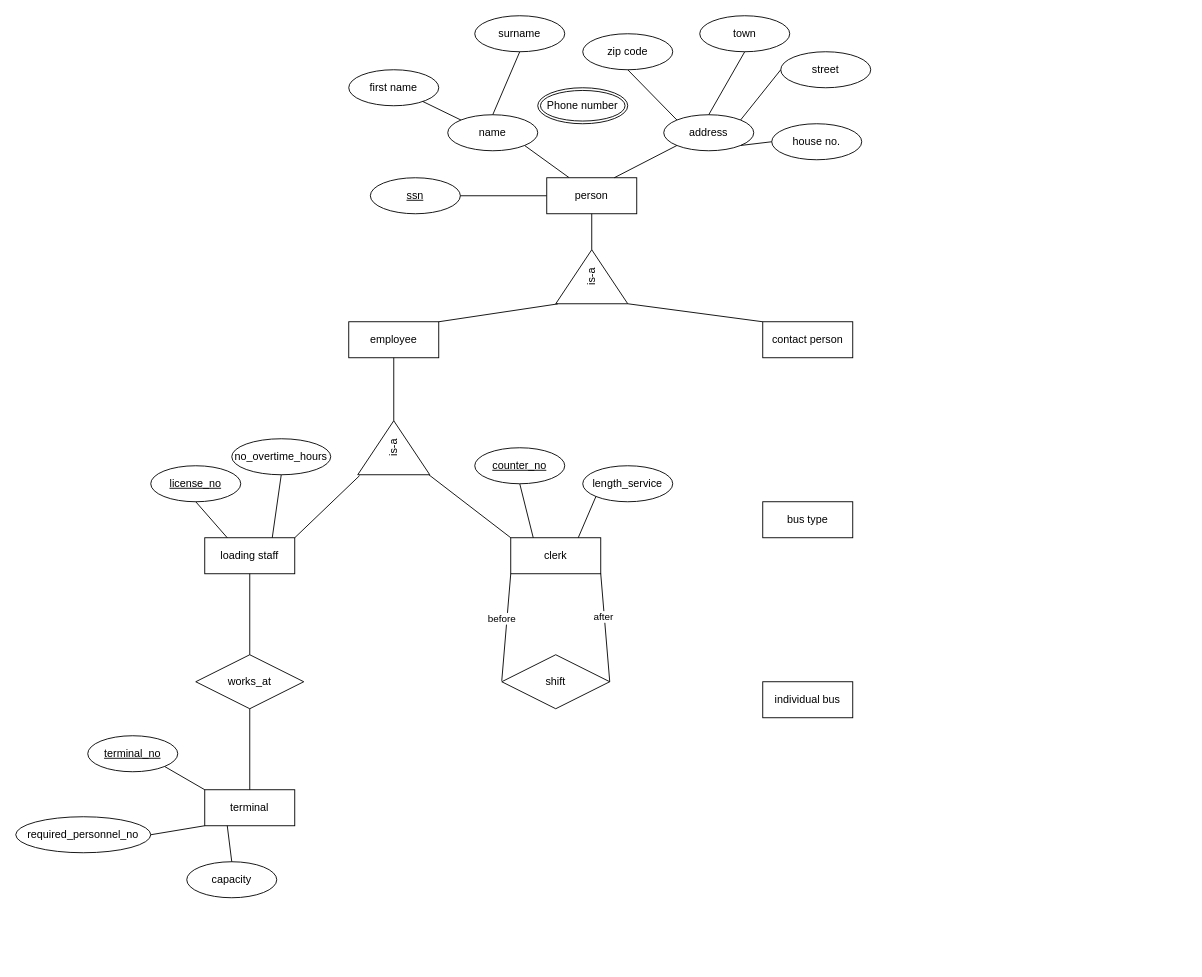
Above: ERM project_group 5.drawio in Martinaeht/DBS-Projektgruppe-5_ERM (draw.io), before the change. Source tidied: cells renumbered, new cells numbered last; positions are measured from the earlier drawing's top-left corner, leaving out a move shared by most shapes. Both pictures are drawn from the tidied source at 90%, with x=0, y=0 at pixel (15, 15).
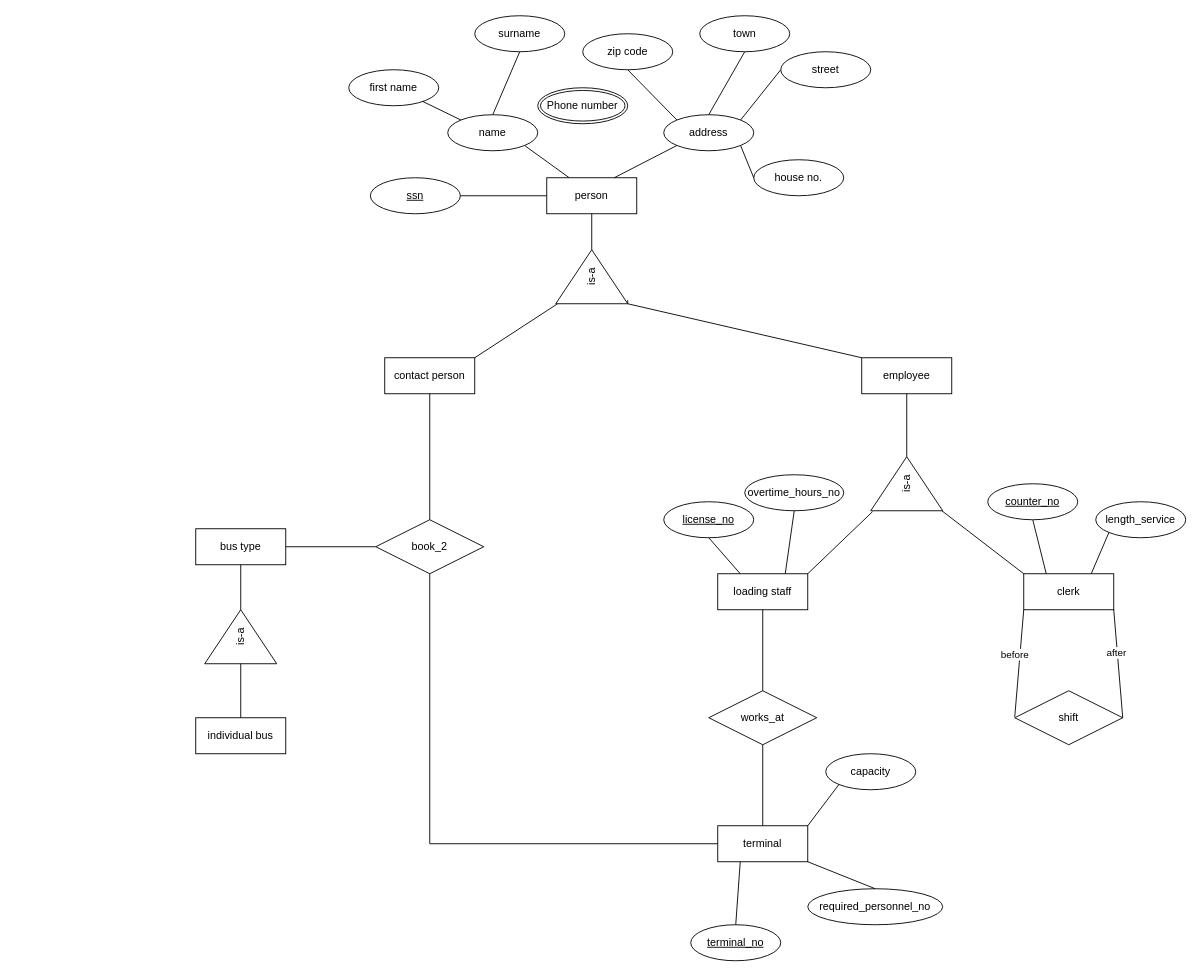
The same diagram, later.

The change refers to these unchanged cells:
```xml
<mxCell id="25" value="is-a" style="triangle;whiteSpace=wrap;html=1;rotation=-90;" parent="1" vertex="1">
  <mxGeometry x="610" y="250" width="60" height="80" as="geometry" />
</mxCell>
```

Diff of the diagram source:
```diff
@@
     <mxCell id="15" value="house no." style="ellipse;whiteSpace=wrap;html=1;align=center;" parent="1" vertex="1">
-      <mxGeometry x="840" y="120" width="100" height="40" as="geometry" />
+      <mxGeometry x="820" y="160" width="100" height="40" as="geometry" />
     </mxCell>
@@
     <mxCell id="18" value="contact person" style="whiteSpace=wrap;html=1;align=center;" parent="1" vertex="1">
-      <mxGeometry x="830" y="340" width="100" height="40" as="geometry" />
+      <mxGeometry x="410" y="380" width="100" height="40" as="geometry" />
     </mxCell>
     <mxCell id="19" value="employee" style="whiteSpace=wrap;html=1;align=center;" parent="1" vertex="1">
-      <mxGeometry x="370" y="340" width="100" height="40" as="geometry" />
+      <mxGeometry x="940" y="380" width="100" height="40" as="geometry" />
     </mxCell>
@@
     <mxCell id="23" value="bus type" style="whiteSpace=wrap;html=1;align=center;" parent="1" vertex="1">
-      <mxGeometry x="830" y="540" width="100" height="40" as="geometry" />
+      <mxGeometry x="200" y="570" width="100" height="40" as="geometry" />
     </mxCell>
     <mxCell id="24" value="individual bus" style="whiteSpace=wrap;html=1;align=center;" parent="1" vertex="1">
-      <mxGeometry x="830" y="740" width="100" height="40" as="geometry" />
+      <mxGeometry x="200" y="780" width="100" height="40" as="geometry" />
     </mxCell>
@@
     <mxCell id="27" value="is-a" style="triangle;whiteSpace=wrap;html=1;rotation=-90;" parent="1" vertex="1">
-      <mxGeometry x="390" y="440" width="60" height="80" as="geometry" />
+      <mxGeometry x="960" y="480" width="60" height="80" as="geometry" />
     </mxCell>
     <mxCell id="28" value="loading staff" style="whiteSpace=wrap;html=1;align=center;" parent="1" vertex="1">
-      <mxGeometry x="210" y="580" width="100" height="40" as="geometry" />
+      <mxGeometry x="780" y="620" width="100" height="40" as="geometry" />
     </mxCell>
     <mxCell id="29" value="clerk" style="whiteSpace=wrap;html=1;align=center;" parent="1" vertex="1">
-      <mxGeometry x="550" y="580" width="100" height="40" as="geometry" />
+      <mxGeometry x="1120" y="620" width="100" height="40" as="geometry" />
     </mxCell>
     <mxCell id="30" value="shift" style="shape=rhombus;perimeter=rhombusPerimeter;whiteSpace=wrap;html=1;align=center;" parent="1" vertex="1">
-      <mxGeometry x="540" y="710" width="120" height="60" as="geometry" />
+      <mxGeometry x="1110" y="750" width="120" height="60" as="geometry" />
     </mxCell>
@@
     <mxCell id="33" style="endArrow=none;html=1;rounded=0;entryX=0;entryY=1;entryDx=0;entryDy=0;" parent="1" edge="1" target="29">
       <mxGeometry relative="1" as="geometry">
-        <mxPoint x="540" y="739" as="sourcePoint" />
+        <mxPoint x="1110" y="779" as="sourcePoint" />
       </mxGeometry>
     </mxCell>
@@
     <mxCell id="35" value="length_service" style="ellipse;whiteSpace=wrap;html=1;align=center;" parent="1" vertex="1">
-      <mxGeometry x="630" y="500" width="100" height="40" as="geometry" />
+      <mxGeometry x="1200" y="540" width="100" height="40" as="geometry" />
     </mxCell>
@@
-    <mxCell id="41" style="endArrow=none;html=1;rounded=0;entryX=0;entryY=0;entryDx=0;entryDy=0;" parent="1" edge="1" target="18">
-      <mxGeometry relative="1" as="geometry">
-        <mxPoint x="680" y="320" as="sourcePoint" />
-      </mxGeometry>
+    <mxCell id="41" style="endArrow=none;html=1;rounded=0;entryX=1;entryY=0;entryDx=0;entryDy=0;exitX=0;exitY=0.025;exitDx=0;exitDy=0;exitPerimeter=0;" parent="1" edge="1" source="25" target="18">
+      <mxGeometry relative="1" as="geometry" />
     </mxCell>
-    <mxCell id="42" style="endArrow=none;html=1;rounded=0;exitX=1;exitY=0;exitDx=0;exitDy=0;entryX=-0.003;entryY=0.028;entryDx=0;entryDy=0;entryPerimeter=0;" parent="1" edge="1" source="19" target="25">
-      <mxGeometry relative="1" as="geometry" />
+    <mxCell id="42" style="endArrow=none;html=1;rounded=0;exitX=0;exitY=0;exitDx=0;exitDy=0;entryX=0.067;entryY=1;entryDx=0;entryDy=0;entryPerimeter=0;" parent="1" edge="1" source="19" target="25">
+      <mxGeometry relative="1" as="geometry">
+        <Array as="points">
+          <mxPoint x="680" y="320" />
+        </Array>
+      </mxGeometry>
     </mxCell>
@@
     <mxCell id="44" value="counter_no" style="ellipse;whiteSpace=wrap;html=1;align=center;fontStyle=4;" parent="1" vertex="1">
-      <mxGeometry x="510" y="480" width="100" height="40" as="geometry" />
+      <mxGeometry x="1080" y="520" width="100" height="40" as="geometry" />
     </mxCell>
     <mxCell id="45" value="license_no" style="ellipse;whiteSpace=wrap;html=1;align=center;fontStyle=4;" parent="1" vertex="1">
-      <mxGeometry x="150" y="500" width="100" height="40" as="geometry" />
+      <mxGeometry x="720" y="540" width="100" height="40" as="geometry" />
     </mxCell>
@@
-    <mxCell id="47" value="no_overtime_hours" style="ellipse;whiteSpace=wrap;html=1;align=center;" parent="1" vertex="1">
-      <mxGeometry x="240" y="470" width="110" height="40" as="geometry" />
+    <mxCell id="47" value="overtime_hours_no" style="ellipse;whiteSpace=wrap;html=1;align=center;" parent="1" vertex="1">
+      <mxGeometry x="810" y="510" width="110" height="40" as="geometry" />
     </mxCell>
@@
     <mxCell id="49" value="works_at" style="shape=rhombus;perimeter=rhombusPerimeter;whiteSpace=wrap;html=1;align=center;" parent="1" vertex="1">
-      <mxGeometry x="200" y="710" width="120" height="60" as="geometry" />
+      <mxGeometry x="770" y="750" width="120" height="60" as="geometry" />
     </mxCell>
     <mxCell id="50" value="terminal" style="whiteSpace=wrap;html=1;align=center;" parent="1" vertex="1">
-      <mxGeometry x="210" y="860" width="100" height="40" as="geometry" />
+      <mxGeometry x="780" y="900" width="100" height="40" as="geometry" />
     </mxCell>
@@
     <mxCell id="53" value="terminal_no" style="ellipse;whiteSpace=wrap;html=1;align=center;fontStyle=4;" parent="1" vertex="1">
-      <mxGeometry x="80" y="800" width="100" height="40" as="geometry" />
+      <mxGeometry x="750" y="1010" width="100" height="40" as="geometry" />
     </mxCell>
-    <mxCell id="54" style="endArrow=none;html=1;rounded=0;exitX=1;exitY=1;exitDx=0;exitDy=0;entryX=0;entryY=0;entryDx=0;entryDy=0;" parent="1" edge="1" source="53" target="50">
+    <mxCell id="54" style="endArrow=none;html=1;rounded=0;exitX=0.5;exitY=0;exitDx=0;exitDy=0;entryX=0.25;entryY=1;entryDx=0;entryDy=0;" parent="1" edge="1" source="53" target="50">
       <mxGeometry relative="1" as="geometry" />
     </mxCell>
     <mxCell id="55" value="required_personnel_no" style="ellipse;whiteSpace=wrap;html=1;align=center;" parent="1" vertex="1">
-      <mxGeometry y="890" width="150" height="40" as="geometry" />
+      <mxGeometry x="880" y="970" width="150" height="40" as="geometry" />
     </mxCell>
-    <mxCell id="56" style="endArrow=none;html=1;rounded=0;exitX=1;exitY=0.5;exitDx=0;exitDy=0;entryX=0;entryY=1;entryDx=0;entryDy=0;" parent="1" edge="1" source="55" target="50">
+    <mxCell id="56" style="endArrow=none;html=1;rounded=0;exitX=0.5;exitY=0;exitDx=0;exitDy=0;entryX=1;entryY=1;entryDx=0;entryDy=0;" parent="1" edge="1" source="55" target="50">
       <mxGeometry relative="1" as="geometry" />
     </mxCell>
     <mxCell id="57" value="capacity" style="ellipse;whiteSpace=wrap;html=1;align=center;" parent="1" vertex="1">
-      <mxGeometry x="190" y="940" width="100" height="40" as="geometry" />
+      <mxGeometry x="900" y="820" width="100" height="40" as="geometry" />
     </mxCell>
-    <mxCell id="58" style="endArrow=none;html=1;rounded=0;exitX=0.25;exitY=1;exitDx=0;exitDy=0;entryX=0.5;entryY=0;entryDx=0;entryDy=0;" parent="1" edge="1" source="50" target="57">
+    <mxCell id="58" style="endArrow=none;html=1;rounded=0;exitX=1;exitY=0;exitDx=0;exitDy=0;entryX=0;entryY=1;entryDx=0;entryDy=0;" parent="1" edge="1" source="50" target="57">
       <mxGeometry relative="1" as="geometry" />
     </mxCell>
+    <mxCell id="59" value="book_2" style="shape=rhombus;perimeter=rhombusPerimeter;whiteSpace=wrap;html=1;align=center;" parent="1" vertex="1">
+      <mxGeometry x="400" y="560" width="120" height="60" as="geometry" />
+    </mxCell>
+    <mxCell id="60" style="endArrow=none;html=1;rounded=0;entryX=0;entryY=0.5;entryDx=0;entryDy=0;exitX=0.5;exitY=1;exitDx=0;exitDy=0;" parent="1" edge="1" source="59" target="50">
+      <mxGeometry relative="1" as="geometry">
+        <Array as="points">
+          <mxPoint x="460" y="920" />
+        </Array>
+      </mxGeometry>
+    </mxCell>
+    <mxCell id="61" style="endArrow=none;html=1;rounded=0;exitX=1;exitY=0.5;exitDx=0;exitDy=0;entryX=0;entryY=0.5;entryDx=0;entryDy=0;" parent="1" edge="1" source="23" target="59">
+      <mxGeometry relative="1" as="geometry" />
+    </mxCell>
+    <mxCell id="62" value="is-a" style="triangle;whiteSpace=wrap;html=1;rotation=-90;" parent="1" vertex="1">
+      <mxGeometry x="220" y="650" width="60" height="80" as="geometry" />
+    </mxCell>
+    <mxCell id="63" style="endArrow=none;html=1;rounded=0;exitX=0.5;exitY=1;exitDx=0;exitDy=0;entryX=1;entryY=0.5;entryDx=0;entryDy=0;" parent="1" edge="1" source="23" target="62">
+      <mxGeometry relative="1" as="geometry" />
+    </mxCell>
+    <mxCell id="64" style="endArrow=none;html=1;rounded=0;exitX=0;exitY=0.5;exitDx=0;exitDy=0;entryX=0.5;entryY=0;entryDx=0;entryDy=0;" parent="1" edge="1" source="62" target="24">
+      <mxGeometry relative="1" as="geometry" />
+    </mxCell>
+    <mxCell id="65" style="endArrow=none;html=1;rounded=0;exitX=0.5;exitY=1;exitDx=0;exitDy=0;entryX=0.5;entryY=0;entryDx=0;entryDy=0;" parent="1" edge="1" source="18" target="59">
+      <mxGeometry relative="1" as="geometry" />
+    </mxCell>
```
